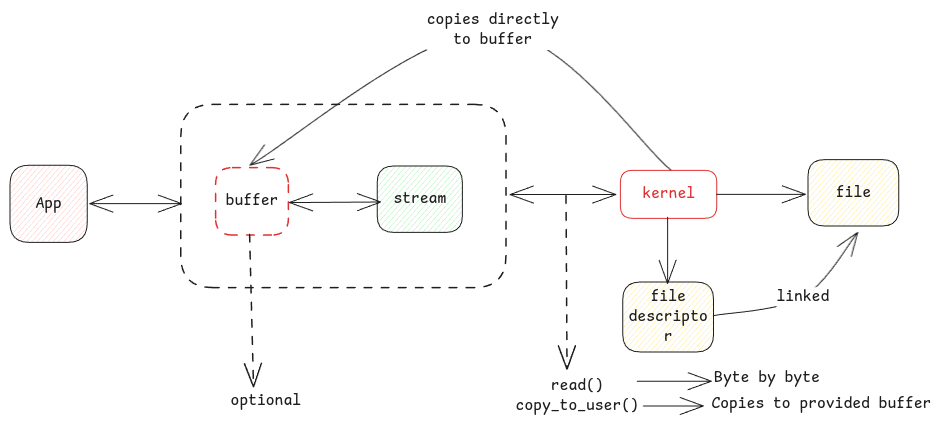
swaroopar/inprogress-engineer keeps this Excalidraw diagram as static/img/file-stream-buffer.excalidraw.png. Above is the earlier version. Source tidied: one line per element, renumbered; positions are measured from the earlier drawing's top-left corner, leaving out a move shared by most shapes.
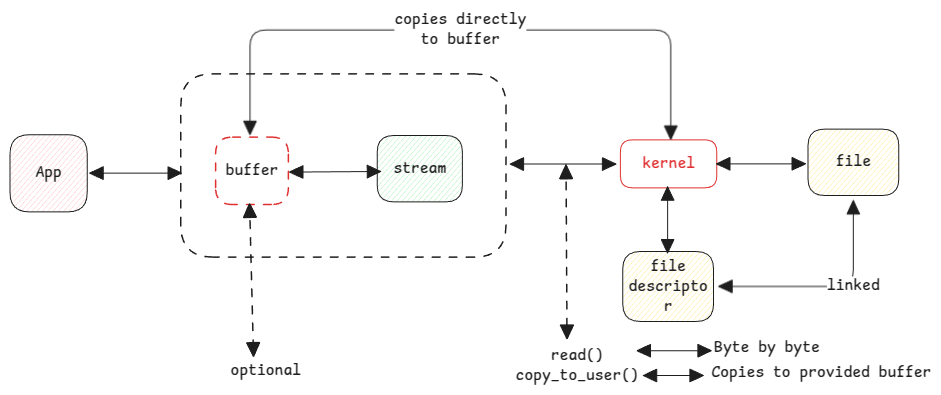
The same file after the commit.

Diff of the diagram source:
```diff
@@ -6,25 +6,25 @@
 {"id": 5, "type": "text", "text": "buffer", "strokeColor": "#1e1e1e", "strokeWidth": 2, "roughness": 1, "fontSize": 16, "fontFamily": 8, "textAlign": "center", "verticalAlign": "middle", "inside": 4, "x": 216, "y": 181, "width": 53, "height": 20}
 {"id": 6, "type": "rectangle", "strokeColor": "#1e1e1e", "backgroundColor": "#ffc9c9", "fillStyle": "hachure", "strokeWidth": 1, "roughness": 0, "round": true, "x": 0, "y": 155, "width": 77, "height": 77}
 {"id": 7, "type": "text", "text": "App", "strokeColor": "#1e1e1e", "strokeWidth": 2, "roughness": 1, "fontSize": 16, "fontFamily": 8, "textAlign": "center", "verticalAlign": "middle", "inside": 6, "x": 25, "y": 184, "width": 26, "height": 20}
-{"id": 8, "type": "arrow", "strokeColor": "#1e1e1e", "strokeWidth": 1, "roughness": 0, "startArrowhead": "arrow", "endArrowhead": "arrow", "round": true, "x": 80, "y": 194, "width": 92, "height": 0, "points": [[0, 0], [92, 0]]}
+{"id": 8, "type": "arrow", "strokeColor": "#1e1e1e", "strokeWidth": 1, "roughness": 0, "startArrowhead": "triangle", "endArrowhead": "triangle", "round": true, "x": 80, "y": 194, "width": 92, "height": 0, "points": [[0, 0], [92, 0]]}
-{"id": 9, "type": "arrow", "strokeColor": "#1e1e1e", "strokeWidth": 1, "roughness": 0, "startArrowhead": "arrow", "endArrowhead": "arrow", "round": true, "from": 4, "x": 279, "y": 193, "width": 91, "height": 1, "points": [[0, 0], [91, -1]]}
+{"id": 9, "type": "arrow", "strokeColor": "#1e1e1e", "strokeWidth": 1, "roughness": 0, "startArrowhead": "triangle", "endArrowhead": "triangle", "round": true, "from": 4, "x": 279, "y": 193, "width": 91, "height": 1, "points": [[0, 0], [91, -1]]}
-{"id": 10, "type": "arrow", "strokeColor": "#1e1e1e", "strokeWidth": 1, "roughness": 0, "startArrowhead": "arrow", "endArrowhead": "arrow", "round": true, "from": 13, "to": 14, "x": 500, "y": 185, "width": 106, "height": 0, "points": [[0, 0], [106, 0]]}
+{"id": 10, "type": "arrow", "strokeColor": "#1e1e1e", "strokeWidth": 1, "roughness": 0, "startArrowhead": "triangle", "endArrowhead": "triangle", "round": true, "from": 13, "to": 14, "x": 500, "y": 185, "width": 106, "height": 0, "points": [[0, 0], [106, 0]]}
-{"id": 11, "type": "arrow", "strokeColor": "#1e1e1e", "strokeWidth": 1, "strokeStyle": "dashed", "roughness": 0, "endArrowhead": "arrow", "round": true, "to": 12, "x": 240, "y": 224, "width": 4, "height": 153, "points": [[0, 0], [4, 153]]}
+{"id": 11, "type": "arrow", "strokeColor": "#1e1e1e", "strokeWidth": 1, "strokeStyle": "dashed", "roughness": 0, "startArrowhead": "triangle", "endArrowhead": "triangle", "round": true, "to": 12, "x": 240, "y": 224, "width": 4, "height": 153, "points": [[0, 0], [4, 153]]}
 {"id": 12, "type": "text", "text": "optional", "strokeColor": "#1e1e1e", "strokeWidth": 1, "strokeStyle": "dashed", "roughness": 0, "fontSize": 16, "fontFamily": 8, "x": 221, "y": 381, "width": 70, "height": 20}
 {"id": 13, "type": "rectangle", "strokeColor": "#1e1e1e", "strokeWidth": 1, "strokeStyle": "dashed", "roughness": 0, "round": true, "x": 171, "y": 94, "width": 325, "height": 183}
 {"id": 14, "type": "rectangle", "strokeColor": "#e03131", "strokeWidth": 1, "roughness": 0, "round": true, "x": 610, "y": 160, "width": 96, "height": 48}
 {"id": 15, "type": "text", "text": "kernel", "strokeColor": "#e03131", "strokeWidth": 1, "roughness": 1, "fontSize": 16, "fontFamily": 8, "textAlign": "center", "verticalAlign": "middle", "inside": 14, "x": 632, "y": 174, "width": 53, "height": 20}
-{"id": 16, "type": "arrow", "strokeColor": "#1e1e1e", "strokeWidth": 1, "roughness": 0, "endArrowhead": "arrow", "round": true, "x": 706, "y": 184, "width": 89, "height": 0, "points": [[0, 0], [89, 0]]}
+{"id": 16, "type": "arrow", "strokeColor": "#1e1e1e", "strokeWidth": 1, "roughness": 0, "startArrowhead": "triangle", "endArrowhead": "triangle", "round": true, "x": 706, "y": 184, "width": 89, "height": 0, "points": [[0, 0], [89, 0]]}
-{"id": 17, "type": "arrow", "strokeColor": "#1e1e1e", "strokeWidth": 1, "roughness": 0, "endArrowhead": "arrow", "round": true, "from": 14, "to": 4, "x": 661, "y": 160, "width": 421, "height": 140, "points": [[0, 0], [-178, -140], [-421, -5]]}
+{"id": 17, "type": "arrow", "strokeColor": "#1e1e1e", "strokeWidth": 1, "roughness": 0, "startArrowhead": "triangle", "endArrowhead": "triangle", "from": 14, "to": 4, "x": 661, "y": 160, "width": 421, "height": 110, "points": [[0, 0], [0, -110], [-421, -110], [-421, -5]]}
 {"id": 18, "type": "text", "text": "copies directly\nto buffer", "strokeColor": "#1e1e1e", "strokeWidth": 1, "roughness": 0, "fontSize": 16, "fontFamily": 8, "textAlign": "center", "verticalAlign": "middle", "inside": 17, "x": 417, "y": 0, "width": 132, "height": 40}
 {"id": 19, "type": "rectangle", "strokeColor": "#1e1e1e", "backgroundColor": "#ffec99", "fillStyle": "hachure", "strokeWidth": 1, "roughness": 0, "round": true, "x": 613, "y": 272, "width": 91, "height": 70}
 {"id": 20, "type": "text", "text": "file\ndescripto\nr", "strokeColor": "#1e1e1e", "strokeWidth": 2, "roughness": 1, "fontSize": 16, "fontFamily": 8, "textAlign": "center", "verticalAlign": "middle", "inside": 19, "x": 619, "y": 277, "width": 79, "height": 60}
-{"id": 21, "type": "arrow", "strokeColor": "#1e1e1e", "strokeWidth": 1, "roughness": 0, "endArrowhead": "arrow", "round": true, "x": 658, "y": 207, "width": 0, "height": 66, "points": [[0, 0], [0, 66]]}
+{"id": 21, "type": "arrow", "strokeColor": "#1e1e1e", "strokeWidth": 1, "roughness": 0, "startArrowhead": "triangle", "endArrowhead": "triangle", "round": true, "x": 658, "y": 207, "width": 0, "height": 66, "points": [[0, 0], [0, 66]]}
-{"id": 22, "type": "arrow", "strokeColor": "#1e1e1e", "strokeWidth": 1, "roughness": 0, "endArrowhead": "arrow", "round": true, "from": 19, "to": 0, "x": 704, "y": 306, "width": 144, "height": 83, "points": [[0, 0], [89, -18], [144, -83]]}
+{"id": 22, "type": "arrow", "strokeColor": "#1e1e1e", "strokeWidth": 1, "roughness": 0, "startArrowhead": "triangle", "endArrowhead": "triangle", "from": 19, "to": 0, "x": 709, "y": 307, "width": 135, "height": 86, "points": [[0, 0], [135, 0], [135, -86]]}
 {"id": 23, "type": "text", "text": "linked", "strokeColor": "#1e1e1e", "strokeWidth": 1, "roughness": 0, "fontSize": 16, "fontFamily": 8, "textAlign": "center", "verticalAlign": "middle", "inside": 22, "x": 766, "y": 277, "width": 53, "height": 20}
 {"id": 24, "type": "text", "text": "read()\ncopy_to_user()", "strokeColor": "#1e1e1e", "strokeWidth": 1, "roughness": 0, "fontSize": 16, "fontFamily": 8, "textAlign": "center", "x": 506, "y": 366, "width": 123, "height": 40}
-{"id": 25, "type": "arrow", "strokeColor": "#1e1e1e", "strokeWidth": 1, "strokeStyle": "dashed", "roughness": 0, "endArrowhead": "arrow", "round": true, "to": 24, "x": 556, "y": 186, "width": 1, "height": 174, "points": [[0, 0], [1, 174]]}
+{"id": 25, "type": "arrow", "strokeColor": "#1e1e1e", "strokeWidth": 1, "strokeStyle": "dashed", "roughness": 0, "startArrowhead": "triangle", "endArrowhead": "triangle", "round": true, "to": 24, "x": 556, "y": 186, "width": 1, "height": 174, "points": [[0, 0], [1, 174]]}
-{"id": 26, "type": "arrow", "strokeColor": "#1e1e1e", "strokeWidth": 1, "roughness": 0, "endArrowhead": "arrow", "round": true, "to": 29, "x": 627, "y": 371, "width": 74, "height": 0, "points": [[0, 0], [74, 0]]}
+{"id": 26, "type": "arrow", "strokeColor": "#1e1e1e", "strokeWidth": 1, "roughness": 0, "startArrowhead": "triangle", "endArrowhead": "triangle", "round": true, "to": 29, "x": 627, "y": 371, "width": 74, "height": 0, "points": [[0, 0], [74, 0]]}
 {"id": 27, "type": "text", "text": "Byte by byte", "strokeColor": "#1e1e1e", "strokeWidth": 1, "strokeStyle": "dashed", "roughness": 0, "fontSize": 16, "fontFamily": 8, "textAlign": "center", "x": 704, "y": 358, "width": 106, "height": 20}
-{"id": 28, "type": "arrow", "strokeColor": "#1e1e1e", "strokeWidth": 1, "roughness": 0, "endArrowhead": "arrow", "round": true, "to": 29, "x": 633, "y": 396, "width": 60, "height": 0, "points": [[0, 0], [60, 0]]}
+{"id": 28, "type": "arrow", "strokeColor": "#1e1e1e", "strokeWidth": 1, "roughness": 0, "startArrowhead": "triangle", "endArrowhead": "triangle", "round": true, "to": 29, "x": 633, "y": 396, "width": 60, "height": 0, "points": [[0, 0], [60, 0]]}
 {"id": 29, "type": "text", "text": "Copies to provided buffer", "strokeColor": "#1e1e1e", "strokeWidth": 1, "strokeStyle": "dashed", "roughness": 0, "fontSize": 16, "fontFamily": 8, "textAlign": "center", "x": 701, "y": 384, "width": 220, "height": 20}
```
